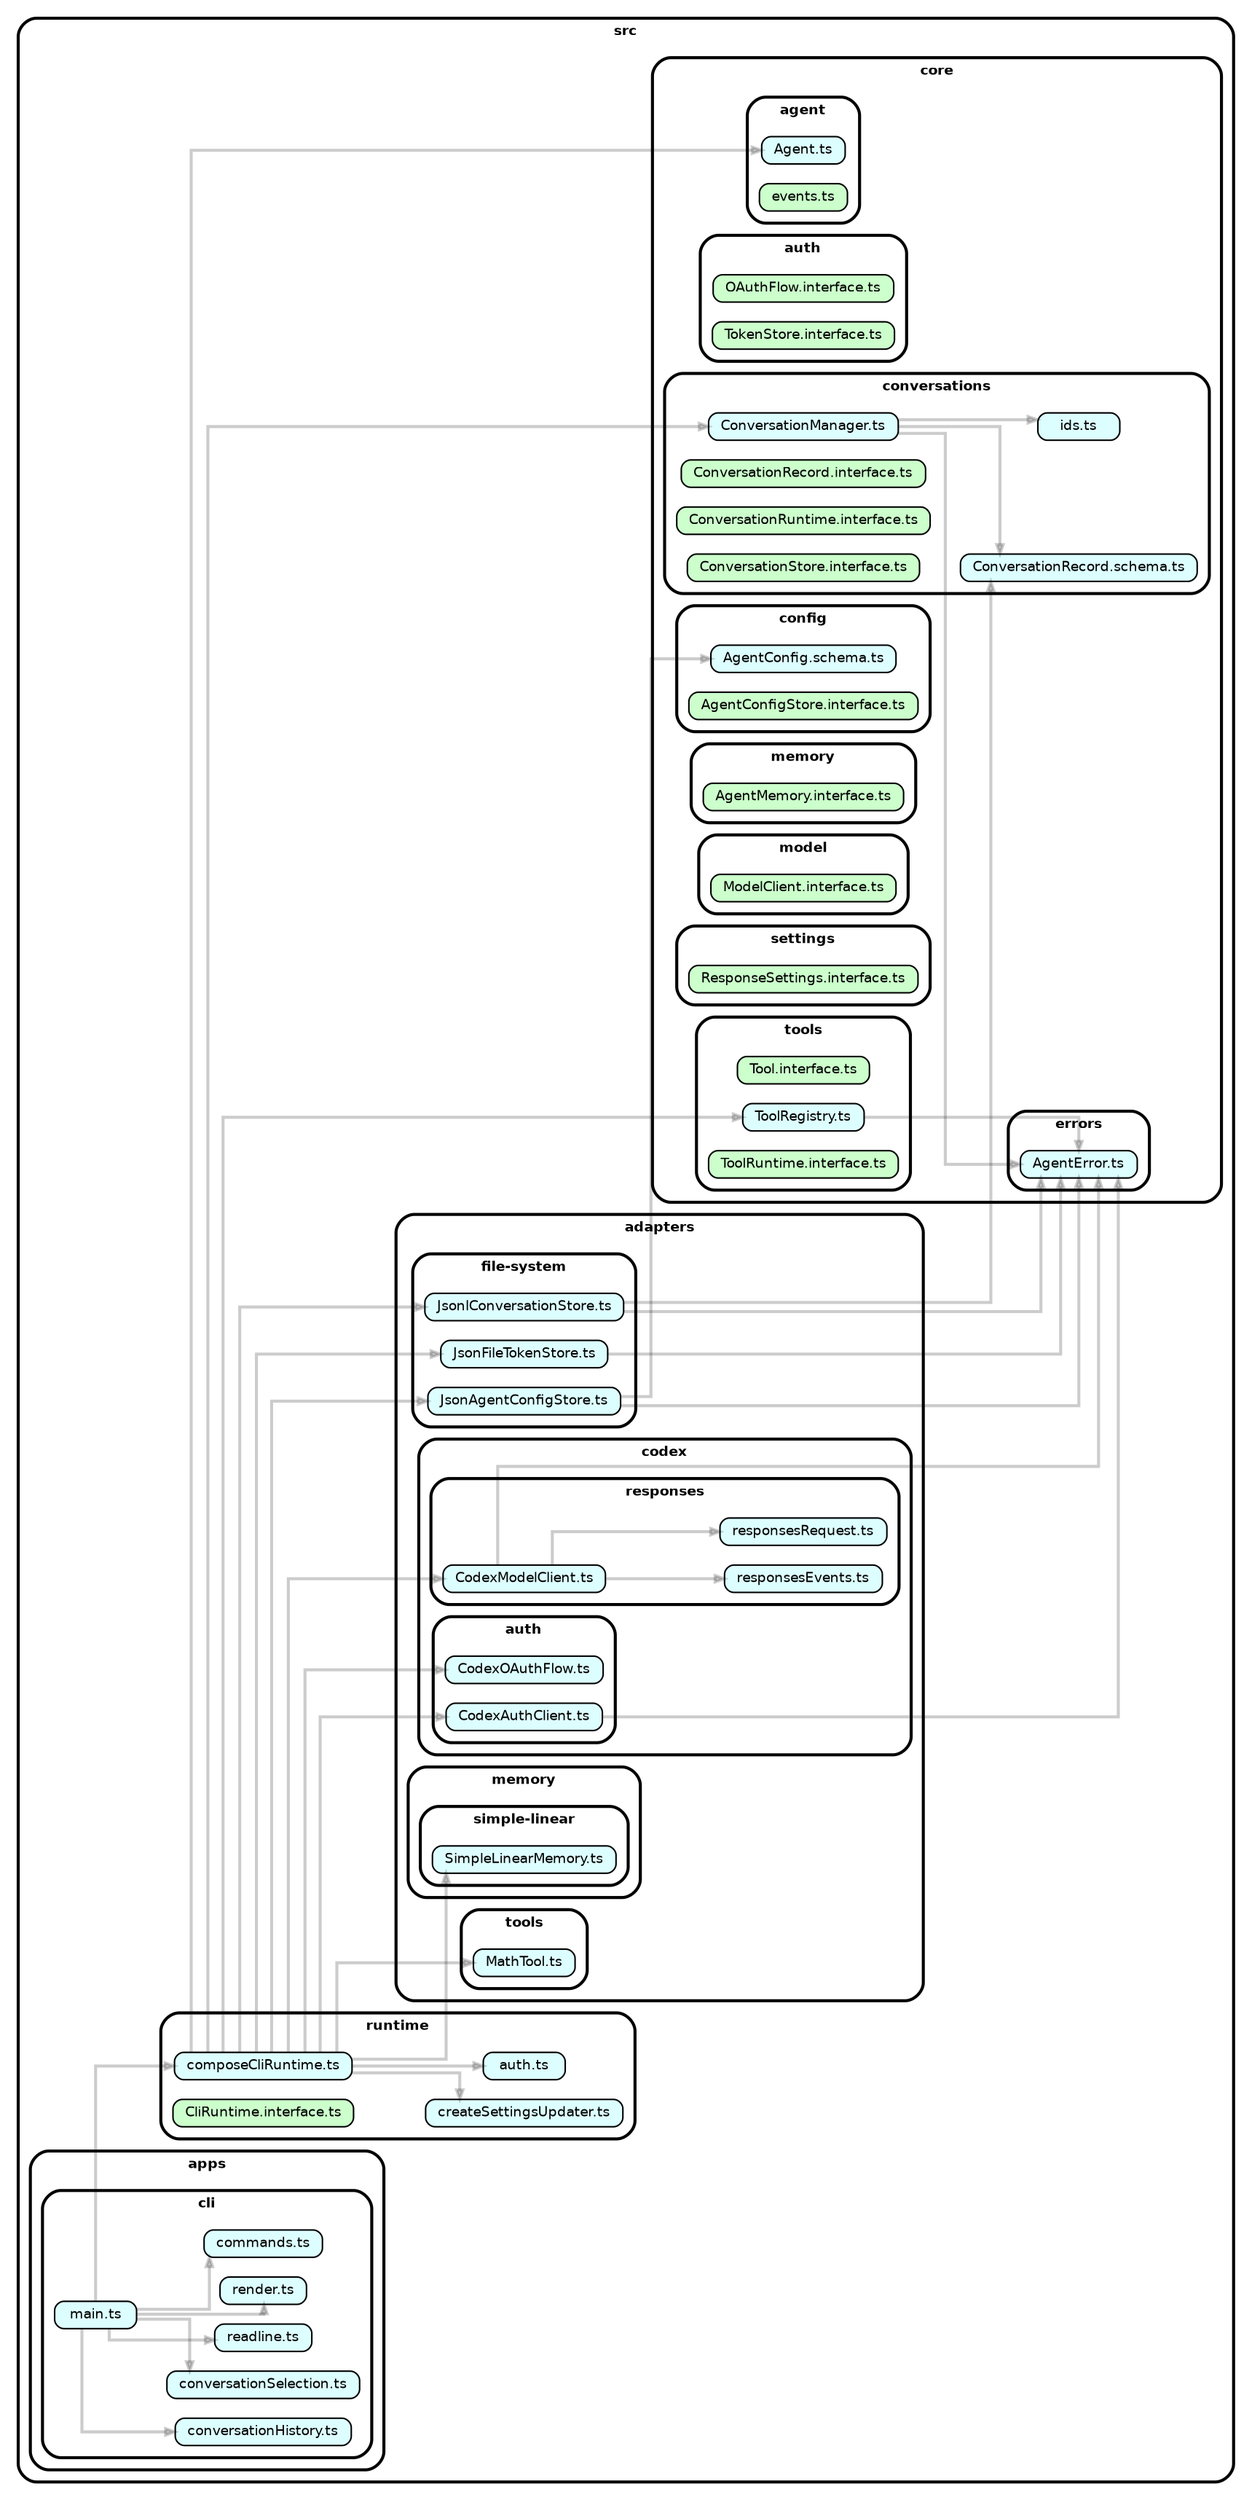
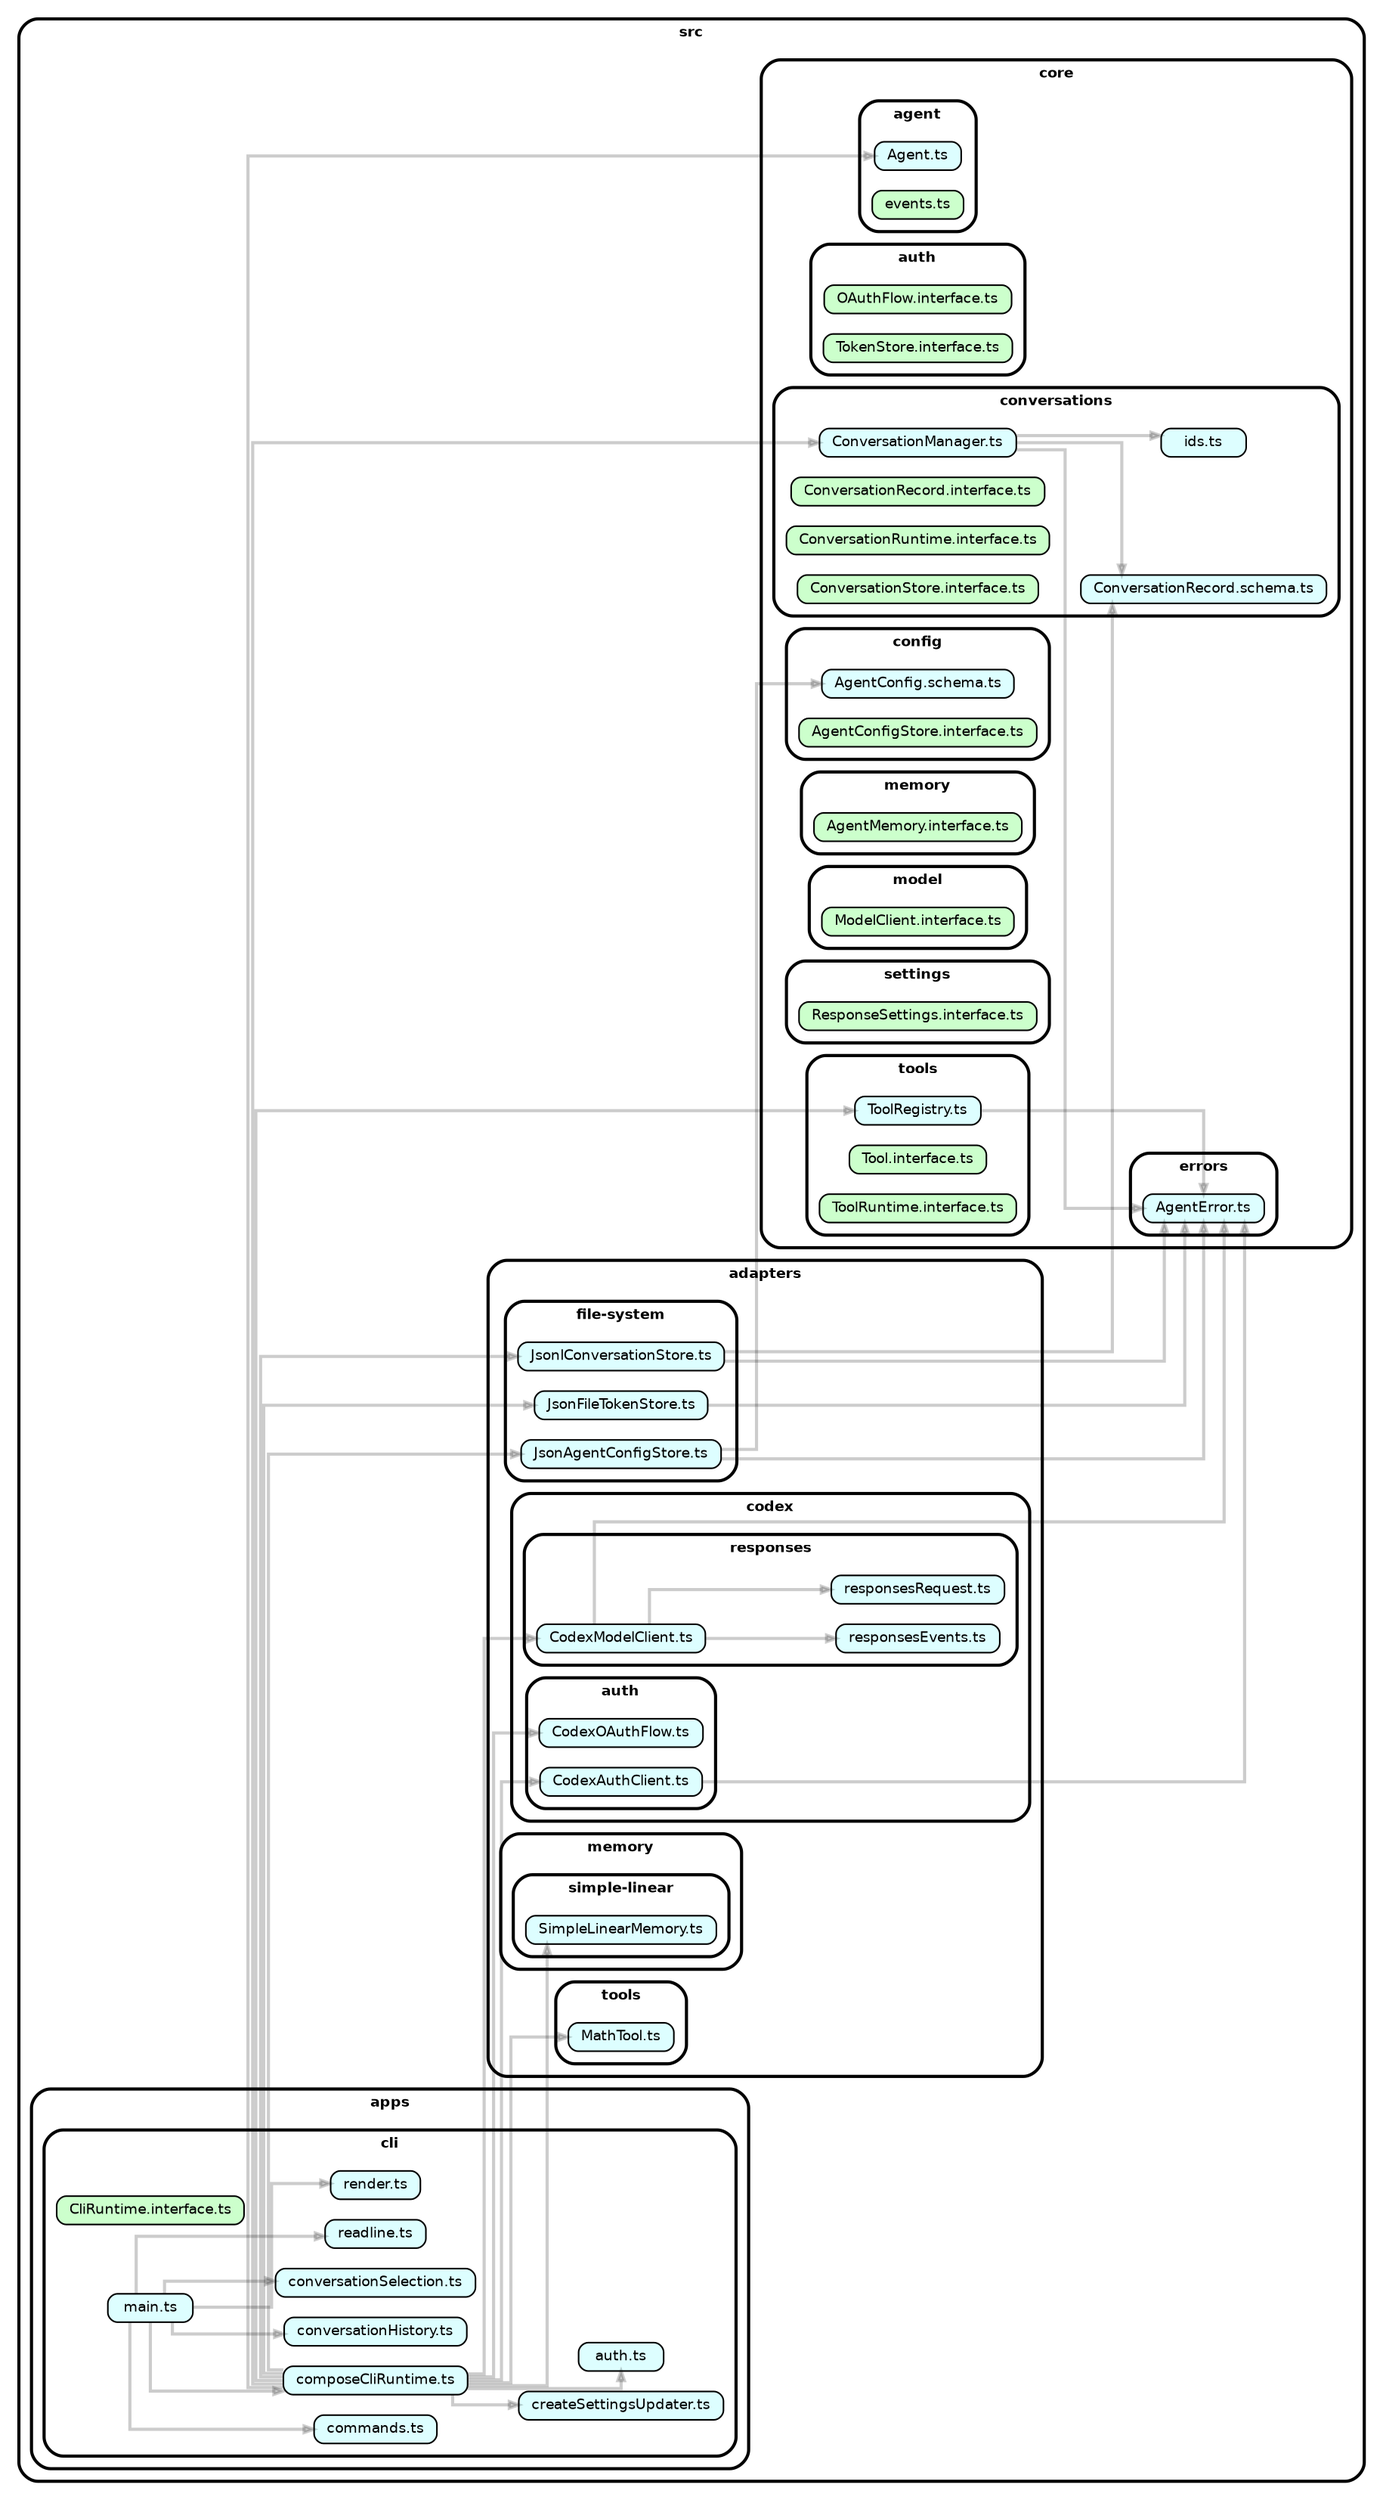
strict digraph "dependency-cruiser output"{
    rankdir="LR" splines="ortho" overlap="false" nodesep="0.18" ranksep="0.28" fontname="Helvetica-bold" fontsize="9" style="rounded,bold,filled" fillcolor="#ffffff" compound="true" concentrate="true"
    node [shape="box" style="rounded, filled" height="0.2" color="black" fillcolor="#ffffcc" fontcolor="black" fontname="Helvetica" fontsize="9"]
    edge [arrowhead="normal" arrowsize="0.6" penwidth="2.0" color="#00000033" fontname="Helvetica" fontsize="9"]

    subgraph "cluster_src" {label="src" subgraph "cluster_src/adapters" {label="adapters" subgraph "cluster_src/adapters/codex" {label="codex" subgraph "cluster_src/adapters/codex/auth" {label="auth" "src/adapters/codex/auth/CodexAuthClient.ts" [label=<CodexAuthClient.ts> tooltip="CodexAuthClient.ts" URL="src/adapters/codex/auth/CodexAuthClient.ts" fillcolor="#ddfeff"] } } } }
    "src/adapters/codex/auth/CodexAuthClient.ts" -> "src/core/errors/AgentError.ts"
    subgraph "cluster_src" {label="src" subgraph "cluster_src/adapters" {label="adapters" subgraph "cluster_src/adapters/codex" {label="codex" subgraph "cluster_src/adapters/codex/auth" {label="auth" "src/adapters/codex/auth/CodexOAuthFlow.ts" [label=<CodexOAuthFlow.ts> tooltip="CodexOAuthFlow.ts" URL="src/adapters/codex/auth/CodexOAuthFlow.ts" fillcolor="#ddfeff"] } } } }
    subgraph "cluster_src" {label="src" subgraph "cluster_src/adapters" {label="adapters" subgraph "cluster_src/adapters/codex" {label="codex" subgraph "cluster_src/adapters/codex/responses" {label="responses" "src/adapters/codex/responses/CodexModelClient.ts" [label=<CodexModelClient.ts> tooltip="CodexModelClient.ts" URL="src/adapters/codex/responses/CodexModelClient.ts" fillcolor="#ddfeff"] } } } }
    "src/adapters/codex/responses/CodexModelClient.ts" -> "src/core/errors/AgentError.ts"
    "src/adapters/codex/responses/CodexModelClient.ts" -> "src/adapters/codex/responses/responsesEvents.ts"
    "src/adapters/codex/responses/CodexModelClient.ts" -> "src/adapters/codex/responses/responsesRequest.ts"
    subgraph "cluster_src" {label="src" subgraph "cluster_src/adapters" {label="adapters" subgraph "cluster_src/adapters/codex" {label="codex" subgraph "cluster_src/adapters/codex/responses" {label="responses" "src/adapters/codex/responses/responsesEvents.ts" [label=<responsesEvents.ts> tooltip="responsesEvents.ts" URL="src/adapters/codex/responses/responsesEvents.ts" fillcolor="#ddfeff"] } } } }
    subgraph "cluster_src" {label="src" subgraph "cluster_src/adapters" {label="adapters" subgraph "cluster_src/adapters/codex" {label="codex" subgraph "cluster_src/adapters/codex/responses" {label="responses" "src/adapters/codex/responses/responsesRequest.ts" [label=<responsesRequest.ts> tooltip="responsesRequest.ts" URL="src/adapters/codex/responses/responsesRequest.ts" fillcolor="#ddfeff"] } } } }
    subgraph "cluster_src" {label="src" subgraph "cluster_src/adapters" {label="adapters" subgraph "cluster_src/adapters/file-system" {label="file-system" "src/adapters/file-system/JsonAgentConfigStore.ts" [label=<JsonAgentConfigStore.ts> tooltip="JsonAgentConfigStore.ts" URL="src/adapters/file-system/JsonAgentConfigStore.ts" fillcolor="#ddfeff"] } } }
    "src/adapters/file-system/JsonAgentConfigStore.ts" -> "src/core/config/AgentConfig.schema.ts"
    "src/adapters/file-system/JsonAgentConfigStore.ts" -> "src/core/errors/AgentError.ts"
    subgraph "cluster_src" {label="src" subgraph "cluster_src/adapters" {label="adapters" subgraph "cluster_src/adapters/file-system" {label="file-system" "src/adapters/file-system/JsonFileTokenStore.ts" [label=<JsonFileTokenStore.ts> tooltip="JsonFileTokenStore.ts" URL="src/adapters/file-system/JsonFileTokenStore.ts" fillcolor="#ddfeff"] } } }
    "src/adapters/file-system/JsonFileTokenStore.ts" -> "src/core/errors/AgentError.ts"
    subgraph "cluster_src" {label="src" subgraph "cluster_src/adapters" {label="adapters" subgraph "cluster_src/adapters/file-system" {label="file-system" "src/adapters/file-system/JsonlConversationStore.ts" [label=<JsonlConversationStore.ts> tooltip="JsonlConversationStore.ts" URL="src/adapters/file-system/JsonlConversationStore.ts" fillcolor="#ddfeff"] } } }
    "src/adapters/file-system/JsonlConversationStore.ts" -> "src/core/conversations/ConversationRecord.schema.ts"
    "src/adapters/file-system/JsonlConversationStore.ts" -> "src/core/errors/AgentError.ts"
    subgraph "cluster_src" {label="src" subgraph "cluster_src/adapters" {label="adapters" subgraph "cluster_src/adapters/memory" {label="memory" subgraph "cluster_src/adapters/memory/simple-linear" {label="simple-linear" "src/adapters/memory/simple-linear/SimpleLinearMemory.ts" [label=<SimpleLinearMemory.ts> tooltip="SimpleLinearMemory.ts" URL="src/adapters/memory/simple-linear/SimpleLinearMemory.ts" fillcolor="#ddfeff"] } } } }
    subgraph "cluster_src" {label="src" subgraph "cluster_src/adapters" {label="adapters" subgraph "cluster_src/adapters/tools" {label="tools" "src/adapters/tools/MathTool.ts" [label=<MathTool.ts> tooltip="MathTool.ts" URL="src/adapters/tools/MathTool.ts" fillcolor="#ddfeff"] } } }
+     subgraph "cluster_src" {label="src" subgraph "cluster_src/apps" {label="apps" subgraph "cluster_src/apps/cli" {label="cli" "src/apps/cli/CliRuntime.interface.ts" [label=<CliRuntime.interface.ts> tooltip="CliRuntime.interface.ts" URL="src/apps/cli/CliRuntime.interface.ts" fillcolor="#ccffcc"] } } }
+     subgraph "cluster_src" {label="src" subgraph "cluster_src/apps" {label="apps" subgraph "cluster_src/apps/cli" {label="cli" "src/apps/cli/auth.ts" [label=<auth.ts> tooltip="auth.ts" URL="src/apps/cli/auth.ts" fillcolor="#ddfeff"] } } }
    subgraph "cluster_src" {label="src" subgraph "cluster_src/apps" {label="apps" subgraph "cluster_src/apps/cli" {label="cli" "src/apps/cli/commands.ts" [label=<commands.ts> tooltip="commands.ts" URL="src/apps/cli/commands.ts" fillcolor="#ddfeff"] } } }
+     subgraph "cluster_src" {label="src" subgraph "cluster_src/apps" {label="apps" subgraph "cluster_src/apps/cli" {label="cli" "src/apps/cli/composeCliRuntime.ts" [label=<composeCliRuntime.ts> tooltip="composeCliRuntime.ts" URL="src/apps/cli/composeCliRuntime.ts" fillcolor="#ddfeff"] } } }
+     "src/apps/cli/composeCliRuntime.ts" -> "src/adapters/codex/auth/CodexAuthClient.ts"
+     "src/apps/cli/composeCliRuntime.ts" -> "src/adapters/codex/auth/CodexOAuthFlow.ts"
+     "src/apps/cli/composeCliRuntime.ts" -> "src/adapters/codex/responses/CodexModelClient.ts"
+     "src/apps/cli/composeCliRuntime.ts" -> "src/adapters/file-system/JsonAgentConfigStore.ts"
+     "src/apps/cli/composeCliRuntime.ts" -> "src/adapters/file-system/JsonFileTokenStore.ts"
+     "src/apps/cli/composeCliRuntime.ts" -> "src/adapters/file-system/JsonlConversationStore.ts"
+     "src/apps/cli/composeCliRuntime.ts" -> "src/adapters/memory/simple-linear/SimpleLinearMemory.ts"
+     "src/apps/cli/composeCliRuntime.ts" -> "src/adapters/tools/MathTool.ts"
+     "src/apps/cli/composeCliRuntime.ts" -> "src/core/agent/Agent.ts"
+     "src/apps/cli/composeCliRuntime.ts" -> "src/core/conversations/ConversationManager.ts"
+     "src/apps/cli/composeCliRuntime.ts" -> "src/core/tools/ToolRegistry.ts"
+     "src/apps/cli/composeCliRuntime.ts" -> "src/apps/cli/auth.ts"
+     "src/apps/cli/composeCliRuntime.ts" -> "src/apps/cli/createSettingsUpdater.ts"
    subgraph "cluster_src" {label="src" subgraph "cluster_src/apps" {label="apps" subgraph "cluster_src/apps/cli" {label="cli" "src/apps/cli/conversationHistory.ts" [label=<conversationHistory.ts> tooltip="conversationHistory.ts" URL="src/apps/cli/conversationHistory.ts" fillcolor="#ddfeff"] } } }
    subgraph "cluster_src" {label="src" subgraph "cluster_src/apps" {label="apps" subgraph "cluster_src/apps/cli" {label="cli" "src/apps/cli/conversationSelection.ts" [label=<conversationSelection.ts> tooltip="conversationSelection.ts" URL="src/apps/cli/conversationSelection.ts" fillcolor="#ddfeff"] } } }
+     subgraph "cluster_src" {label="src" subgraph "cluster_src/apps" {label="apps" subgraph "cluster_src/apps/cli" {label="cli" "src/apps/cli/createSettingsUpdater.ts" [label=<createSettingsUpdater.ts> tooltip="createSettingsUpdater.ts" URL="src/apps/cli/createSettingsUpdater.ts" fillcolor="#ddfeff"] } } }
    subgraph "cluster_src" {label="src" subgraph "cluster_src/apps" {label="apps" subgraph "cluster_src/apps/cli" {label="cli" "src/apps/cli/main.ts" [label=<main.ts> tooltip="main.ts" URL="src/apps/cli/main.ts" fillcolor="#ddfeff"] } } }
-     "src/apps/cli/main.ts" -> "src/runtime/composeCliRuntime.ts"
    "src/apps/cli/main.ts" -> "src/apps/cli/commands.ts"
+     "src/apps/cli/main.ts" -> "src/apps/cli/composeCliRuntime.ts"
    "src/apps/cli/main.ts" -> "src/apps/cli/conversationHistory.ts"
    "src/apps/cli/main.ts" -> "src/apps/cli/conversationSelection.ts"
    "src/apps/cli/main.ts" -> "src/apps/cli/readline.ts"
    "src/apps/cli/main.ts" -> "src/apps/cli/render.ts"
    subgraph "cluster_src" {label="src" subgraph "cluster_src/apps" {label="apps" subgraph "cluster_src/apps/cli" {label="cli" "src/apps/cli/readline.ts" [label=<readline.ts> tooltip="readline.ts" URL="src/apps/cli/readline.ts" fillcolor="#ddfeff"] } } }
    subgraph "cluster_src" {label="src" subgraph "cluster_src/apps" {label="apps" subgraph "cluster_src/apps/cli" {label="cli" "src/apps/cli/render.ts" [label=<render.ts> tooltip="render.ts" URL="src/apps/cli/render.ts" fillcolor="#ddfeff"] } } }
    subgraph "cluster_src" {label="src" subgraph "cluster_src/core" {label="core" subgraph "cluster_src/core/agent" {label="agent" "src/core/agent/Agent.ts" [label=<Agent.ts> tooltip="Agent.ts" URL="src/core/agent/Agent.ts" fillcolor="#ddfeff"] } } }
    subgraph "cluster_src" {label="src" subgraph "cluster_src/core" {label="core" subgraph "cluster_src/core/agent" {label="agent" "src/core/agent/events.ts" [label=<events.ts> tooltip="events.ts" URL="src/core/agent/events.ts" fillcolor="#ccffcc"] } } }
    subgraph "cluster_src" {label="src" subgraph "cluster_src/core" {label="core" subgraph "cluster_src/core/auth" {label="auth" "src/core/auth/OAuthFlow.interface.ts" [label=<OAuthFlow.interface.ts> tooltip="OAuthFlow.interface.ts" URL="src/core/auth/OAuthFlow.interface.ts" fillcolor="#ccffcc"] } } }
    subgraph "cluster_src" {label="src" subgraph "cluster_src/core" {label="core" subgraph "cluster_src/core/auth" {label="auth" "src/core/auth/TokenStore.interface.ts" [label=<TokenStore.interface.ts> tooltip="TokenStore.interface.ts" URL="src/core/auth/TokenStore.interface.ts" fillcolor="#ccffcc"] } } }
    subgraph "cluster_src" {label="src" subgraph "cluster_src/core" {label="core" subgraph "cluster_src/core/config" {label="config" "src/core/config/AgentConfig.schema.ts" [label=<AgentConfig.schema.ts> tooltip="AgentConfig.schema.ts" URL="src/core/config/AgentConfig.schema.ts" fillcolor="#ddfeff"] } } }
    subgraph "cluster_src" {label="src" subgraph "cluster_src/core" {label="core" subgraph "cluster_src/core/config" {label="config" "src/core/config/AgentConfigStore.interface.ts" [label=<AgentConfigStore.interface.ts> tooltip="AgentConfigStore.interface.ts" URL="src/core/config/AgentConfigStore.interface.ts" fillcolor="#ccffcc"] } } }
    subgraph "cluster_src" {label="src" subgraph "cluster_src/core" {label="core" subgraph "cluster_src/core/conversations" {label="conversations" "src/core/conversations/ConversationManager.ts" [label=<ConversationManager.ts> tooltip="ConversationManager.ts" URL="src/core/conversations/ConversationManager.ts" fillcolor="#ddfeff"] } } }
    "src/core/conversations/ConversationManager.ts" -> "src/core/errors/AgentError.ts"
    "src/core/conversations/ConversationManager.ts" -> "src/core/conversations/ConversationRecord.schema.ts"
    "src/core/conversations/ConversationManager.ts" -> "src/core/conversations/ids.ts"
    subgraph "cluster_src" {label="src" subgraph "cluster_src/core" {label="core" subgraph "cluster_src/core/conversations" {label="conversations" "src/core/conversations/ConversationRecord.interface.ts" [label=<ConversationRecord.interface.ts> tooltip="ConversationRecord.interface.ts" URL="src/core/conversations/ConversationRecord.interface.ts" fillcolor="#ccffcc"] } } }
    subgraph "cluster_src" {label="src" subgraph "cluster_src/core" {label="core" subgraph "cluster_src/core/conversations" {label="conversations" "src/core/conversations/ConversationRecord.schema.ts" [label=<ConversationRecord.schema.ts> tooltip="ConversationRecord.schema.ts" URL="src/core/conversations/ConversationRecord.schema.ts" fillcolor="#ddfeff"] } } }
    subgraph "cluster_src" {label="src" subgraph "cluster_src/core" {label="core" subgraph "cluster_src/core/conversations" {label="conversations" "src/core/conversations/ConversationRuntime.interface.ts" [label=<ConversationRuntime.interface.ts> tooltip="ConversationRuntime.interface.ts" URL="src/core/conversations/ConversationRuntime.interface.ts" fillcolor="#ccffcc"] } } }
    subgraph "cluster_src" {label="src" subgraph "cluster_src/core" {label="core" subgraph "cluster_src/core/conversations" {label="conversations" "src/core/conversations/ConversationStore.interface.ts" [label=<ConversationStore.interface.ts> tooltip="ConversationStore.interface.ts" URL="src/core/conversations/ConversationStore.interface.ts" fillcolor="#ccffcc"] } } }
    subgraph "cluster_src" {label="src" subgraph "cluster_src/core" {label="core" subgraph "cluster_src/core/conversations" {label="conversations" "src/core/conversations/ids.ts" [label=<ids.ts> tooltip="ids.ts" URL="src/core/conversations/ids.ts" fillcolor="#ddfeff"] } } }
    subgraph "cluster_src" {label="src" subgraph "cluster_src/core" {label="core" subgraph "cluster_src/core/errors" {label="errors" "src/core/errors/AgentError.ts" [label=<AgentError.ts> tooltip="AgentError.ts" URL="src/core/errors/AgentError.ts" fillcolor="#ddfeff"] } } }
    subgraph "cluster_src" {label="src" subgraph "cluster_src/core" {label="core" subgraph "cluster_src/core/memory" {label="memory" "src/core/memory/AgentMemory.interface.ts" [label=<AgentMemory.interface.ts> tooltip="AgentMemory.interface.ts" URL="src/core/memory/AgentMemory.interface.ts" fillcolor="#ccffcc"] } } }
    subgraph "cluster_src" {label="src" subgraph "cluster_src/core" {label="core" subgraph "cluster_src/core/model" {label="model" "src/core/model/ModelClient.interface.ts" [label=<ModelClient.interface.ts> tooltip="ModelClient.interface.ts" URL="src/core/model/ModelClient.interface.ts" fillcolor="#ccffcc"] } } }
    subgraph "cluster_src" {label="src" subgraph "cluster_src/core" {label="core" subgraph "cluster_src/core/settings" {label="settings" "src/core/settings/ResponseSettings.interface.ts" [label=<ResponseSettings.interface.ts> tooltip="ResponseSettings.interface.ts" URL="src/core/settings/ResponseSettings.interface.ts" fillcolor="#ccffcc"] } } }
    subgraph "cluster_src" {label="src" subgraph "cluster_src/core" {label="core" subgraph "cluster_src/core/tools" {label="tools" "src/core/tools/Tool.interface.ts" [label=<Tool.interface.ts> tooltip="Tool.interface.ts" URL="src/core/tools/Tool.interface.ts" fillcolor="#ccffcc"] } } }
    subgraph "cluster_src" {label="src" subgraph "cluster_src/core" {label="core" subgraph "cluster_src/core/tools" {label="tools" "src/core/tools/ToolRegistry.ts" [label=<ToolRegistry.ts> tooltip="ToolRegistry.ts" URL="src/core/tools/ToolRegistry.ts" fillcolor="#ddfeff"] } } }
    "src/core/tools/ToolRegistry.ts" -> "src/core/errors/AgentError.ts"
    subgraph "cluster_src" {label="src" subgraph "cluster_src/core" {label="core" subgraph "cluster_src/core/tools" {label="tools" "src/core/tools/ToolRuntime.interface.ts" [label=<ToolRuntime.interface.ts> tooltip="ToolRuntime.interface.ts" URL="src/core/tools/ToolRuntime.interface.ts" fillcolor="#ccffcc"] } } }
-     subgraph "cluster_src" {label="src" subgraph "cluster_src/runtime" {label="runtime" "src/runtime/CliRuntime.interface.ts" [label=<CliRuntime.interface.ts> tooltip="CliRuntime.interface.ts" URL="src/runtime/CliRuntime.interface.ts" fillcolor="#ccffcc"] } }
-     subgraph "cluster_src" {label="src" subgraph "cluster_src/runtime" {label="runtime" "src/runtime/auth.ts" [label=<auth.ts> tooltip="auth.ts" URL="src/runtime/auth.ts" fillcolor="#ddfeff"] } }
-     subgraph "cluster_src" {label="src" subgraph "cluster_src/runtime" {label="runtime" "src/runtime/composeCliRuntime.ts" [label=<composeCliRuntime.ts> tooltip="composeCliRuntime.ts" URL="src/runtime/composeCliRuntime.ts" fillcolor="#ddfeff"] } }
-     "src/runtime/composeCliRuntime.ts" -> "src/adapters/codex/auth/CodexAuthClient.ts"
-     "src/runtime/composeCliRuntime.ts" -> "src/adapters/codex/auth/CodexOAuthFlow.ts"
-     "src/runtime/composeCliRuntime.ts" -> "src/adapters/codex/responses/CodexModelClient.ts"
-     "src/runtime/composeCliRuntime.ts" -> "src/adapters/file-system/JsonAgentConfigStore.ts"
-     "src/runtime/composeCliRuntime.ts" -> "src/adapters/file-system/JsonFileTokenStore.ts"
-     "src/runtime/composeCliRuntime.ts" -> "src/adapters/file-system/JsonlConversationStore.ts"
-     "src/runtime/composeCliRuntime.ts" -> "src/adapters/memory/simple-linear/SimpleLinearMemory.ts"
-     "src/runtime/composeCliRuntime.ts" -> "src/adapters/tools/MathTool.ts"
-     "src/runtime/composeCliRuntime.ts" -> "src/core/agent/Agent.ts"
-     "src/runtime/composeCliRuntime.ts" -> "src/core/conversations/ConversationManager.ts"
-     "src/runtime/composeCliRuntime.ts" -> "src/core/tools/ToolRegistry.ts"
-     "src/runtime/composeCliRuntime.ts" -> "src/runtime/auth.ts"
-     "src/runtime/composeCliRuntime.ts" -> "src/runtime/createSettingsUpdater.ts"
-     subgraph "cluster_src" {label="src" subgraph "cluster_src/runtime" {label="runtime" "src/runtime/createSettingsUpdater.ts" [label=<createSettingsUpdater.ts> tooltip="createSettingsUpdater.ts" URL="src/runtime/createSettingsUpdater.ts" fillcolor="#ddfeff"] } }
}
